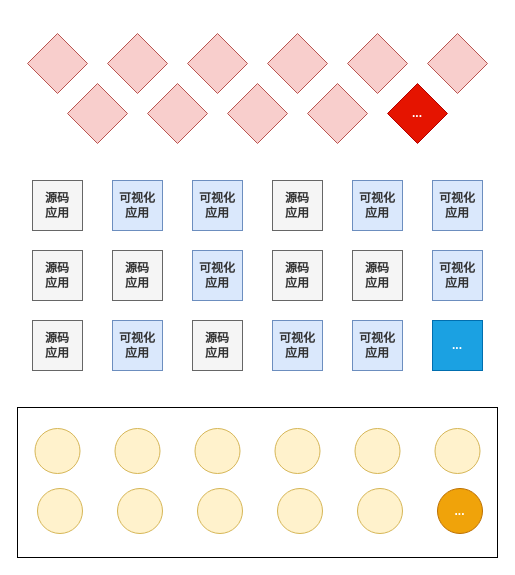
Above: 低代码——最终实现的目标.drawio in tangyaosimida/love (draw.io), before the change. Source tidied: cells renumbered, new cells numbered last; positions are measured from the earlier drawing's top-left corner, leaving out a move shared by most shapes. Both pictures are drawn from the tidied source at 100%, with x=0, y=0 at pixel (17, 33).
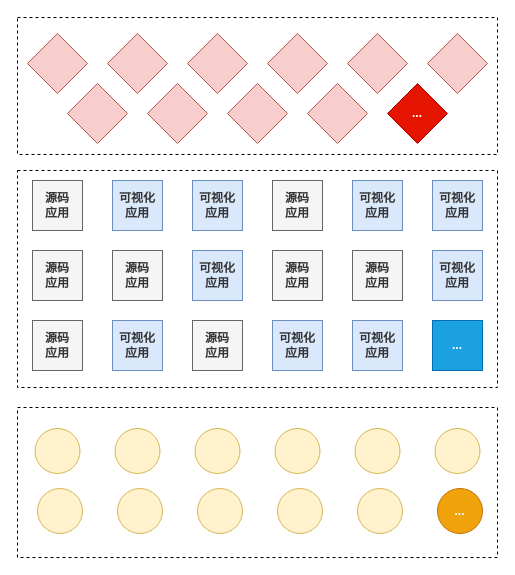
Above is the later version.

Commit message (it also covers changes not shown here):
更新低代码——最终实现的目标.drawio

The edit, as a diff of the source:
```diff
@@
+    <mxCell id="44" style="rounded=0;whiteSpace=wrap;html=1;fillColor=none;fontStyle=1;fontColor=#333333;dashed=1;" parent="1" vertex="1">
+      <mxGeometry y="-16" width="480" height="137" as="geometry" />
+    </mxCell>
+    <mxCell id="45" style="rounded=0;whiteSpace=wrap;html=1;fillColor=none;fontStyle=1;fontColor=#333333;dashed=1;" parent="1" vertex="1">
+      <mxGeometry y="137" width="480" height="217" as="geometry" />
+    </mxCell>
@@
-    <mxCell id="31" style="rounded=0;whiteSpace=wrap;html=1;fillColor=none;fontStyle=1;fontColor=#333333;" parent="1" vertex="1">
+    <mxCell id="31" style="rounded=0;whiteSpace=wrap;html=1;fillColor=none;fontStyle=1;fontColor=#333333;dashed=1;" parent="1" vertex="1">
       <mxGeometry y="374" width="480" height="150" as="geometry" />
     </mxCell>
```
